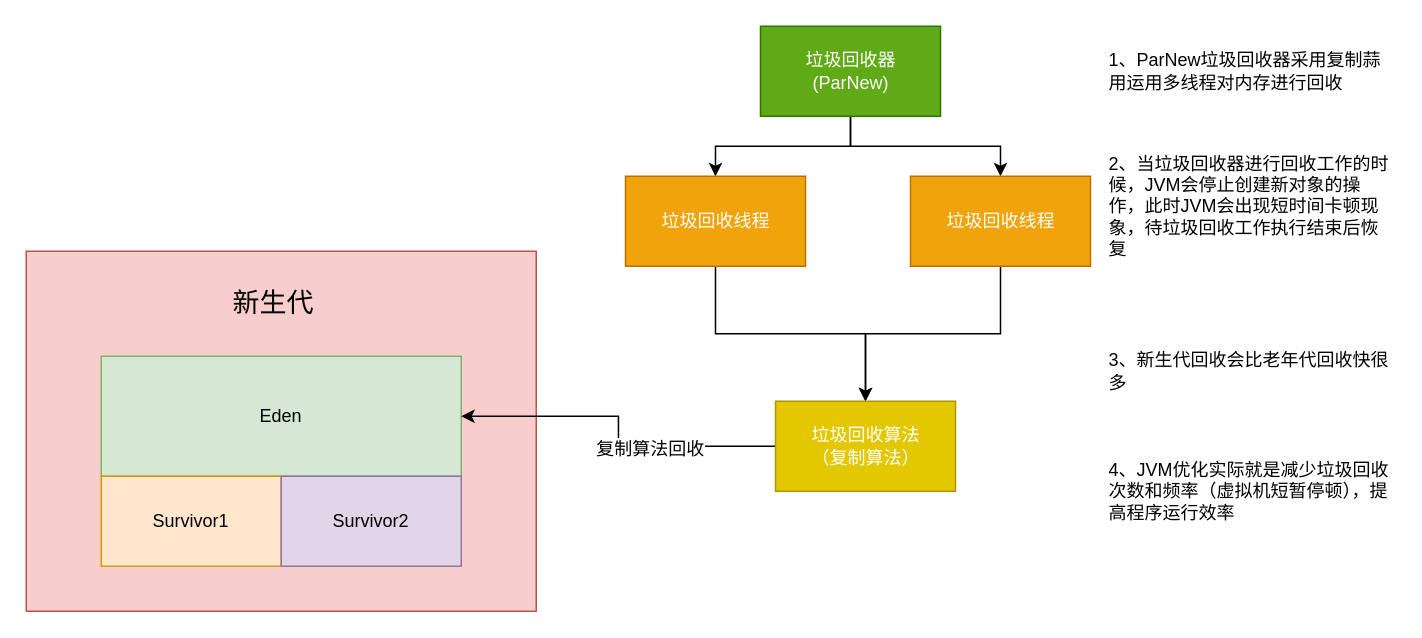
Before: 架构笔记/从0开始带你成为JVM实战高手/019_"Stop the World”问题分析：JVM最让人无奈的痛点.drawio in childin/childin, a draw.io diagram. Source tidied: cells renumbered, new cells numbered last; positions are measured from the earlier drawing's top-left corner, leaving out a move shared by most shapes. Both pictures are drawn from the tidied source at 150%, with x=0, y=0 at pixel (26, 26).
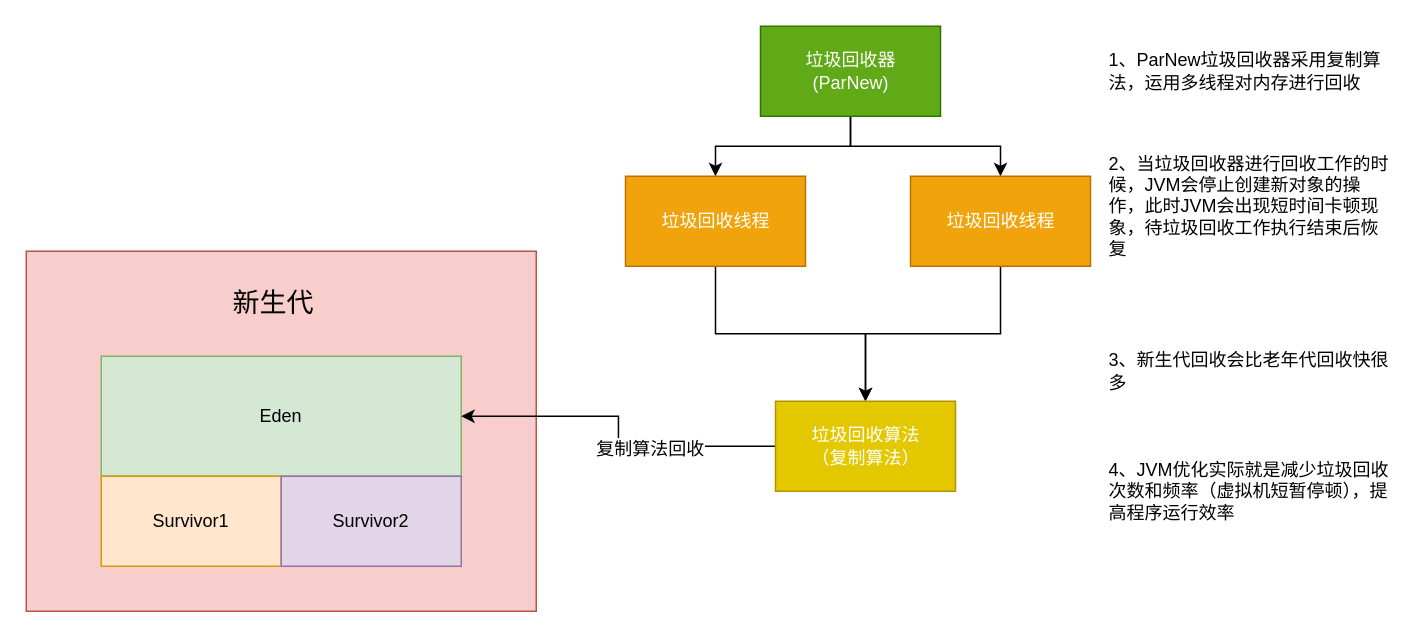
Above is the later version.

Commit message (it also covers changes not shown here):
更新019_"Stop the World”问题分析：JVM最让人无奈的痛点.drawio

The edit, as a diff of the source:
```diff
@@
-    <mxCell id="17" value="1、ParNew垃圾回收器采用复制蒜用运用多线程对内存进行回收&lt;br&gt;" style="text;html=1;strokeColor=none;fillColor=none;align=left;verticalAlign=middle;whiteSpace=wrap;rounded=0;fontSize=12;" parent="1" vertex="1">
+    <mxCell id="17" value="1、ParNew垃圾回收器采用复制算法，运用多线程对内存进行回收" style="text;html=1;strokeColor=none;fillColor=none;align=left;verticalAlign=middle;whiteSpace=wrap;rounded=0;fontSize=12;" parent="1" vertex="1">
       <mxGeometry x="720" width="193" height="60" as="geometry" />
     </mxCell>
```
